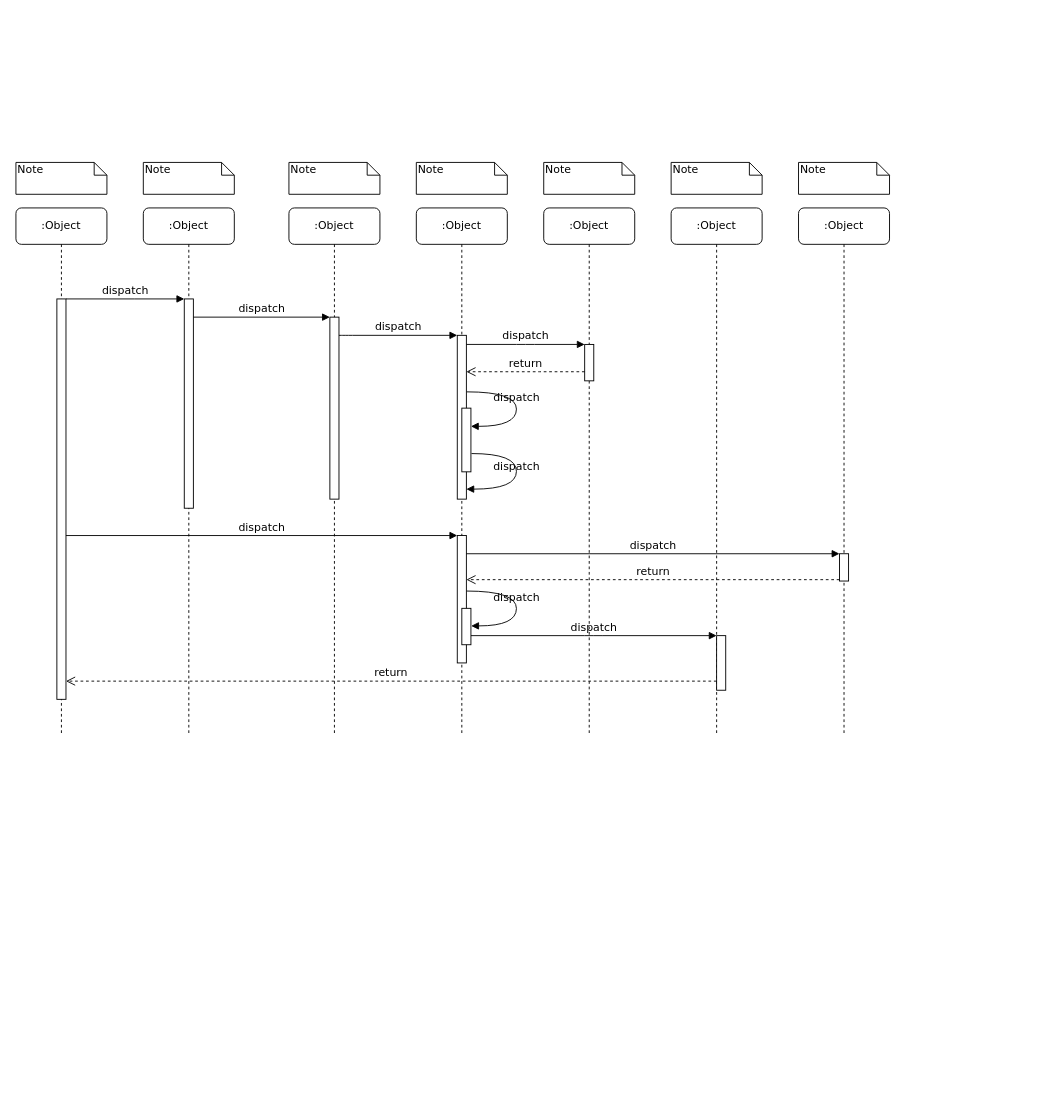
The draw.io diagram 系统运行视图.drawio in qf2020/drawio, before the edit. Source tidied: cells renumbered, new cells numbered last; positions are measured from the earlier drawing's top-left corner, leaving out a move shared by most shapes. Both pictures are drawn from the tidied source at 91%, with x=0, y=0 at pixel (15, 162).
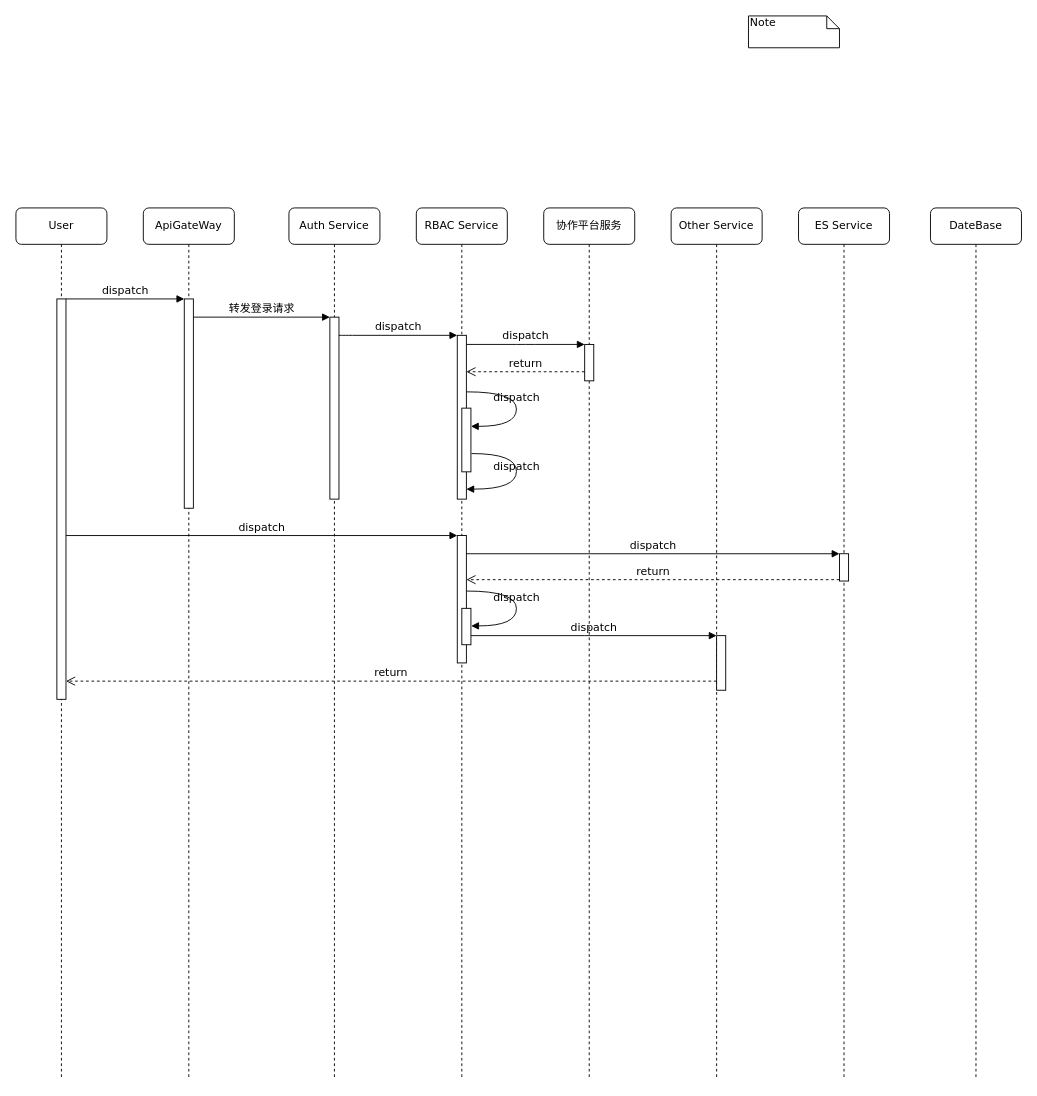
The same page after the edit.

Commit message (it also covers changes not shown here):
更新系统运行视图.drawio

Unchanged cells that the change refers to:
```xml
<mxCell id="3" style="html=1;points=[];perimeter=orthogonalPerimeter;rounded=0;shadow=0;comic=0;labelBackgroundColor=none;strokeWidth=1;fontFamily=Verdana;fontSize=12;align=center;" parent="2" vertex="1">
  <mxGeometry x="45" y="100" width="10" height="230" as="geometry" />
</mxCell>
<mxCell id="5" style="html=1;points=[];perimeter=orthogonalPerimeter;rounded=0;shadow=0;comic=0;labelBackgroundColor=none;strokeWidth=1;fontFamily=Verdana;fontSize=12;align=center;" parent="4" vertex="1">
  <mxGeometry x="45" y="120" width="10" height="200" as="geometry" />
</mxCell>
```

Change to the diagram source:
```diff
@@
-    <mxCell id="2" value=":Object" style="shape=umlLifeline;perimeter=lifelinePerimeter;whiteSpace=wrap;html=1;rounded=1;shadow=0;comic=0;labelBackgroundColor=none;strokeWidth=1;fontFamily=Verdana;fontSize=12;align=center;" parent="1" vertex="1">
-      <mxGeometry x="140" y="50" width="100" height="580" as="geometry" />
+    <mxCell id="2" value="ApiGateWay" style="shape=umlLifeline;perimeter=lifelinePerimeter;whiteSpace=wrap;html=1;rounded=1;shadow=0;comic=0;labelBackgroundColor=none;strokeWidth=1;fontFamily=Verdana;fontSize=12;align=center;" parent="1" vertex="1">
+      <mxGeometry x="140" y="50" width="100" height="958" as="geometry" />
     </mxCell>
@@
-    <mxCell id="4" value=":Object" style="shape=umlLifeline;perimeter=lifelinePerimeter;whiteSpace=wrap;html=1;rounded=1;shadow=0;comic=0;labelBackgroundColor=none;strokeWidth=1;fontFamily=Verdana;fontSize=12;align=center;" parent="1" vertex="1">
-      <mxGeometry x="300" y="50" width="100" height="580" as="geometry" />
+    <mxCell id="4" value="Auth Service" style="shape=umlLifeline;perimeter=lifelinePerimeter;whiteSpace=wrap;html=1;rounded=1;shadow=0;comic=0;labelBackgroundColor=none;strokeWidth=1;fontFamily=Verdana;fontSize=12;align=center;" parent="1" vertex="1">
+      <mxGeometry x="300" y="50" width="100" height="958" as="geometry" />
     </mxCell>
@@
-    <mxCell id="6" value=":Object" style="shape=umlLifeline;perimeter=lifelinePerimeter;whiteSpace=wrap;html=1;rounded=1;shadow=0;comic=0;labelBackgroundColor=none;strokeWidth=1;fontFamily=Verdana;fontSize=12;align=center;" parent="1" vertex="1">
-      <mxGeometry x="440" y="50" width="100" height="580" as="geometry" />
+    <mxCell id="6" value="RBAC Service" style="shape=umlLifeline;perimeter=lifelinePerimeter;whiteSpace=wrap;html=1;rounded=1;shadow=0;comic=0;labelBackgroundColor=none;strokeWidth=1;fontFamily=Verdana;fontSize=12;align=center;" parent="1" vertex="1">
+      <mxGeometry x="440" y="50" width="100" height="958" as="geometry" />
     </mxCell>
-    <mxCell id="7" value=":Object" style="shape=umlLifeline;perimeter=lifelinePerimeter;whiteSpace=wrap;html=1;rounded=1;shadow=0;comic=0;labelBackgroundColor=none;strokeWidth=1;fontFamily=Verdana;fontSize=12;align=center;" parent="1" vertex="1">
-      <mxGeometry x="580" y="50" width="100" height="580" as="geometry" />
+    <mxCell id="7" value="协作平台服务" style="shape=umlLifeline;perimeter=lifelinePerimeter;whiteSpace=wrap;html=1;rounded=1;shadow=0;comic=0;labelBackgroundColor=none;strokeWidth=1;fontFamily=Verdana;fontSize=12;align=center;" parent="1" vertex="1">
+      <mxGeometry x="580" y="50" width="100" height="958" as="geometry" />
     </mxCell>
-    <mxCell id="8" value=":Object" style="shape=umlLifeline;perimeter=lifelinePerimeter;whiteSpace=wrap;html=1;rounded=1;shadow=0;comic=0;labelBackgroundColor=none;strokeWidth=1;fontFamily=Verdana;fontSize=12;align=center;" parent="1" vertex="1">
-      <mxGeometry x="720" y="50" width="100" height="580" as="geometry" />
+    <mxCell id="8" value="Other Service" style="shape=umlLifeline;perimeter=lifelinePerimeter;whiteSpace=wrap;html=1;rounded=1;shadow=0;comic=0;labelBackgroundColor=none;strokeWidth=1;fontFamily=Verdana;fontSize=12;align=center;" parent="1" vertex="1">
+      <mxGeometry x="720" y="50" width="100" height="958" as="geometry" />
     </mxCell>
-    <mxCell id="9" value=":Object" style="shape=umlLifeline;perimeter=lifelinePerimeter;whiteSpace=wrap;html=1;rounded=1;shadow=0;comic=0;labelBackgroundColor=none;strokeWidth=1;fontFamily=Verdana;fontSize=12;align=center;" parent="1" vertex="1">
-      <mxGeometry x="860" y="50" width="100" height="580" as="geometry" />
+    <mxCell id="9" value="ES Service" style="shape=umlLifeline;perimeter=lifelinePerimeter;whiteSpace=wrap;html=1;rounded=1;shadow=0;comic=0;labelBackgroundColor=none;strokeWidth=1;fontFamily=Verdana;fontSize=12;align=center;" parent="1" vertex="1">
+      <mxGeometry x="860" y="50" width="100" height="958" as="geometry" />
     </mxCell>
-    <mxCell id="10" value=":Object" style="shape=umlLifeline;perimeter=lifelinePerimeter;whiteSpace=wrap;html=1;rounded=1;shadow=0;comic=0;labelBackgroundColor=none;strokeWidth=1;fontFamily=Verdana;fontSize=12;align=center;" parent="1" vertex="1">
-      <mxGeometry y="50" width="100" height="580" as="geometry" />
+    <mxCell id="10" value="User" style="shape=umlLifeline;perimeter=lifelinePerimeter;whiteSpace=wrap;html=1;rounded=1;shadow=0;comic=0;labelBackgroundColor=none;strokeWidth=1;fontFamily=Verdana;fontSize=12;align=center;" parent="1" vertex="1">
+      <mxGeometry y="50" width="100" height="958" as="geometry" />
     </mxCell>
@@
-    <mxCell id="26" value="dispatch" style="html=1;verticalAlign=bottom;endArrow=block;entryX=0;entryY=0;labelBackgroundColor=none;fontFamily=Verdana;fontSize=12;edgeStyle=elbowEdgeStyle;elbow=vertical;" parent="1" edge="1" source="3" target="5">
+    <mxCell id="26" value="转发登录请求" style="html=1;verticalAlign=bottom;endArrow=block;entryX=0;entryY=0;labelBackgroundColor=none;fontFamily=Verdana;fontSize=12;edgeStyle=elbowEdgeStyle;elbow=vertical;" parent="1" edge="1" source="3" target="5">
       <mxGeometry relative="1" as="geometry" />
     </mxCell>
@@
-    <mxCell id="32" value="Note" style="shape=note;whiteSpace=wrap;html=1;size=14;verticalAlign=top;align=left;spacingTop=-6;rounded=0;shadow=0;comic=0;labelBackgroundColor=none;strokeWidth=1;fontFamily=Verdana;fontSize=12;" parent="1" vertex="1">
-      <mxGeometry width="100" height="35" as="geometry" />
-    </mxCell>
-    <mxCell id="33" value="Note" style="shape=note;whiteSpace=wrap;html=1;size=14;verticalAlign=top;align=left;spacingTop=-6;rounded=0;shadow=0;comic=0;labelBackgroundColor=none;strokeWidth=1;fontFamily=Verdana;fontSize=12;" parent="1" vertex="1">
-      <mxGeometry x="140" width="100" height="35" as="geometry" />
-    </mxCell>
-    <mxCell id="34" value="Note" style="shape=note;whiteSpace=wrap;html=1;size=14;verticalAlign=top;align=left;spacingTop=-6;rounded=0;shadow=0;comic=0;labelBackgroundColor=none;strokeWidth=1;fontFamily=Verdana;fontSize=12;" parent="1" vertex="1">
-      <mxGeometry x="300" width="100" height="35" as="geometry" />
-    </mxCell>
-    <mxCell id="35" value="Note" style="shape=note;whiteSpace=wrap;html=1;size=14;verticalAlign=top;align=left;spacingTop=-6;rounded=0;shadow=0;comic=0;labelBackgroundColor=none;strokeWidth=1;fontFamily=Verdana;fontSize=12;" parent="1" vertex="1">
-      <mxGeometry x="440" width="100" height="35" as="geometry" />
-    </mxCell>
-    <mxCell id="36" value="Note" style="shape=note;whiteSpace=wrap;html=1;size=14;verticalAlign=top;align=left;spacingTop=-6;rounded=0;shadow=0;comic=0;labelBackgroundColor=none;strokeWidth=1;fontFamily=Verdana;fontSize=12;" parent="1" vertex="1">
-      <mxGeometry x="580" width="100" height="35" as="geometry" />
-    </mxCell>
-    <mxCell id="37" value="Note" style="shape=note;whiteSpace=wrap;html=1;size=14;verticalAlign=top;align=left;spacingTop=-6;rounded=0;shadow=0;comic=0;labelBackgroundColor=none;strokeWidth=1;fontFamily=Verdana;fontSize=12;" parent="1" vertex="1">
-      <mxGeometry x="720" width="100" height="35" as="geometry" />
-    </mxCell>
     <mxCell id="38" value="Note" style="shape=note;whiteSpace=wrap;html=1;size=14;verticalAlign=top;align=left;spacingTop=-6;rounded=0;shadow=0;comic=0;labelBackgroundColor=none;strokeWidth=1;fontFamily=Verdana;fontSize=12;" parent="1" vertex="1">
-      <mxGeometry x="860" width="100" height="35" as="geometry" />
+      <mxGeometry x="805" y="-161" width="100" height="35" as="geometry" />
     </mxCell>
+    <mxCell id="39" value="DateBase" style="shape=umlLifeline;perimeter=lifelinePerimeter;whiteSpace=wrap;html=1;rounded=1;shadow=0;comic=0;labelBackgroundColor=none;strokeWidth=1;fontFamily=Verdana;fontSize=12;align=center;" parent="1" vertex="1">
+      <mxGeometry x="1005" y="50" width="100" height="958" as="geometry" />
+    </mxCell>
```
